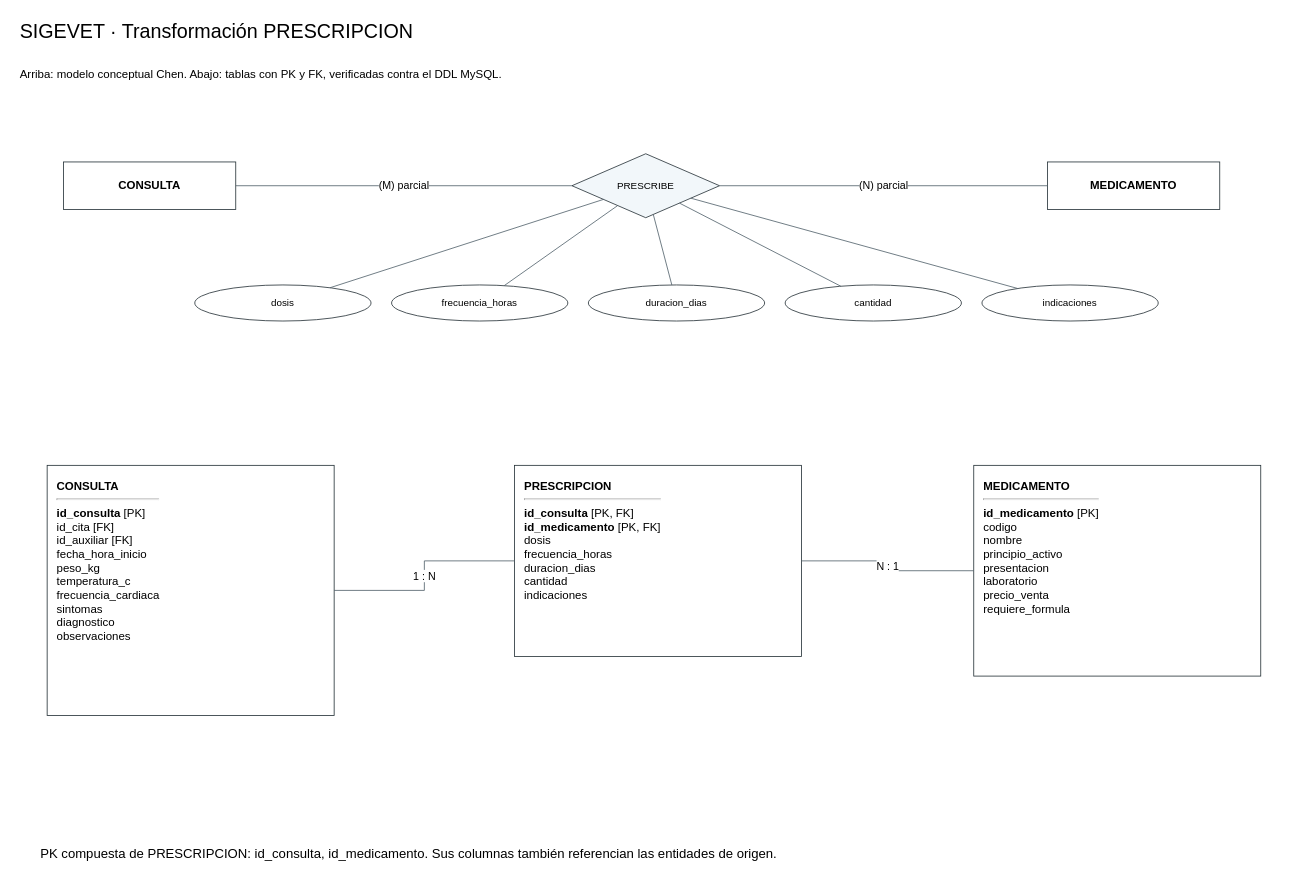
The draw.io diagram documentos/fase1/diagramas_drawio/06_Transformacion_NM_PRESCRIPCION.drawio in Estarlan/proyecto-bd1-sigevet, before the edit. Source tidied: cells renumbered, new cells numbered last; positions are measured from the earlier drawing's top-left corner, leaving out a move shared by most shapes. Both pictures are drawn from the tidied source at 82%, with x=0, y=0 at pixel (18, 14).
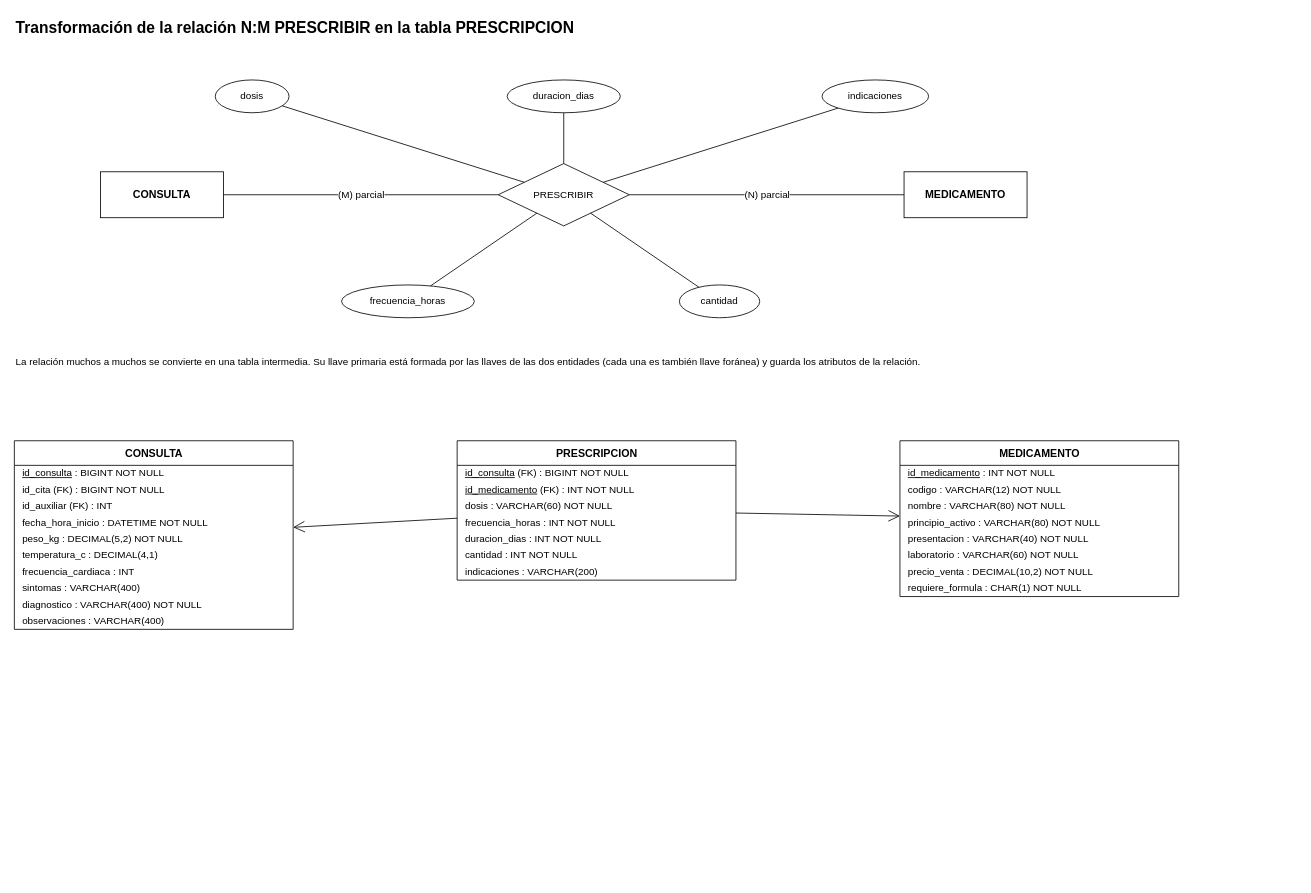
The same page after the edit.

Change to the diagram source:
```diff
@@
-<mxGraphModel background="#ffffff">
+<mxGraphModel>
@@
-    <mxCell id="2" value="SIGEVET · Transformación PRESCRIPCION" style="html=1;whiteSpace=wrap;fontFamily=Arial;fontSize=14;strokeColor=#263238;fillColor=#ffffff;text;strokeColor=none;fillColor=none;align=left;verticalAlign=middle;fontSize=24;" parent="1" vertex="1">
-      <mxGeometry width="1560" height="42" as="geometry" />
-    </mxCell>
-    <mxCell id="3" value="Arriba: modelo conceptual Chen. Abajo: tablas con PK y FK, verificadas contra el DDL MySQL." style="html=1;whiteSpace=wrap;fontFamily=Arial;fontSize=14;strokeColor=#263238;fillColor=#ffffff;text;strokeColor=none;fillColor=none;align=left;verticalAlign=middle;fontSize=14;" parent="1" vertex="1">
-      <mxGeometry y="45" width="1560" height="55" as="geometry" />
+    <mxCell id="3" value="Transformación de la relación N:M PRESCRIBIR en la tabla PRESCRIPCION" style="text;html=1;align=left;verticalAlign=middle;fillColor=none;strokeColor=none;fontSize=19;fontStyle=1;" parent="1" vertex="1">
+      <mxGeometry x="-5" width="1420" height="34" as="geometry" />
     </mxCell>
-    <mxCell id="4" value="CONSULTA" style="html=1;whiteSpace=wrap;fontFamily=Arial;fontSize=14;strokeColor=#263238;fillColor=#ffffff;rounded=0;fontStyle=1;" parent="1" vertex="1">
-      <mxGeometry x="55" y="180" width="210" height="58" as="geometry" />
+    <mxCell id="4" value="CONSULTA" style="rounded=0;whiteSpace=wrap;html=1;fillColor=none;fontSize=13;fontStyle=1;" parent="1" vertex="1">
+      <mxGeometry x="100" y="192" width="150" height="56" as="geometry" />
     </mxCell>
-    <mxCell id="5" value="MEDICAMENTO" style="html=1;whiteSpace=wrap;fontFamily=Arial;fontSize=14;strokeColor=#263238;fillColor=#ffffff;rounded=0;fontStyle=1;" parent="1" vertex="1">
-      <mxGeometry x="1255" y="180" width="210" height="58" as="geometry" />
+    <mxCell id="5" value="MEDICAMENTO" style="rounded=0;whiteSpace=wrap;html=1;fillColor=none;fontSize=13;fontStyle=1;" parent="1" vertex="1">
+      <mxGeometry x="1080" y="192" width="150" height="56" as="geometry" />
     </mxCell>
-    <mxCell id="6" value="PRESCRIBE" style="html=1;whiteSpace=wrap;fontFamily=Arial;fontSize=14;strokeColor=#263238;fillColor=#ffffff;rhombus;fontSize=12;fillColor=#f2f7fa;" parent="1" vertex="1">
-      <mxGeometry x="675" y="170" width="180" height="78" as="geometry" />
+    <mxCell id="6" value="PRESCRIBIR" style="rhombus;whiteSpace=wrap;html=1;fillColor=none;fontSize=12;" parent="1" vertex="1">
+      <mxGeometry x="585" y="182" width="160" height="76" as="geometry" />
     </mxCell>
-    <mxCell id="7" value="(M) parcial" style="html=1;endArrow=none;startArrow=none;fontFamily=Arial;fontSize=13;labelBackgroundColor=#ffffff;strokeColor=#52616b;rounded=0;jumpStyle=arc;" parent="1" edge="1" source="4" target="6">
+    <mxCell id="7" value="(M) parcial" style="html=1;endArrow=none;fontSize=12;labelBackgroundColor=default;" parent="1" edge="1" source="4" target="6">
       <mxGeometry relative="1" as="geometry" />
     </mxCell>
-    <mxCell id="8" value="(N) parcial" style="html=1;endArrow=none;startArrow=none;fontFamily=Arial;fontSize=13;labelBackgroundColor=#ffffff;strokeColor=#52616b;rounded=0;jumpStyle=arc;" parent="1" edge="1" source="6" target="5">
+    <mxCell id="8" value="(N) parcial" style="html=1;endArrow=none;fontSize=12;labelBackgroundColor=default;" parent="1" edge="1" source="6" target="5">
       <mxGeometry relative="1" as="geometry" />
     </mxCell>
-    <mxCell id="9" value="dosis" style="html=1;whiteSpace=wrap;fontFamily=Arial;fontSize=14;strokeColor=#263238;fillColor=#ffffff;ellipse;fontSize=12;" parent="1" vertex="1">
-      <mxGeometry x="215" y="330" width="215" height="44" as="geometry" />
+    <mxCell id="9" value="dosis" style="ellipse;whiteSpace=wrap;html=1;fillColor=none;fontSize=12;" parent="1" vertex="1">
+      <mxGeometry x="240" y="80" width="90" height="40" as="geometry" />
     </mxCell>
-    <mxCell id="10" style="html=1;endArrow=none;startArrow=none;fontFamily=Arial;fontSize=13;labelBackgroundColor=#ffffff;strokeColor=#52616b;rounded=0;jumpStyle=arc;" parent="1" edge="1" source="6" target="9">
+    <mxCell id="10" style="html=1;endArrow=none;fontSize=12;labelBackgroundColor=default;" parent="1" edge="1" source="6" target="9">
       <mxGeometry relative="1" as="geometry" />
     </mxCell>
-    <mxCell id="11" value="frecuencia_horas" style="html=1;whiteSpace=wrap;fontFamily=Arial;fontSize=14;strokeColor=#263238;fillColor=#ffffff;ellipse;fontSize=12;" parent="1" vertex="1">
-      <mxGeometry x="455" y="330" width="215" height="44" as="geometry" />
+    <mxCell id="11" value="frecuencia_horas" style="ellipse;whiteSpace=wrap;html=1;fillColor=none;fontSize=12;" parent="1" vertex="1">
+      <mxGeometry x="394" y="330" width="162" height="40" as="geometry" />
     </mxCell>
-    <mxCell id="12" style="html=1;endArrow=none;startArrow=none;fontFamily=Arial;fontSize=13;labelBackgroundColor=#ffffff;strokeColor=#52616b;rounded=0;jumpStyle=arc;" parent="1" edge="1" source="6" target="11">
+    <mxCell id="12" style="html=1;endArrow=none;fontSize=12;labelBackgroundColor=default;" parent="1" edge="1" source="6" target="11">
       <mxGeometry relative="1" as="geometry" />
     </mxCell>
-    <mxCell id="13" value="duracion_dias" style="html=1;whiteSpace=wrap;fontFamily=Arial;fontSize=14;strokeColor=#263238;fillColor=#ffffff;ellipse;fontSize=12;" parent="1" vertex="1">
-      <mxGeometry x="695" y="330" width="215" height="44" as="geometry" />
+    <mxCell id="13" value="duracion_dias" style="ellipse;whiteSpace=wrap;html=1;fillColor=none;fontSize=12;" parent="1" vertex="1">
+      <mxGeometry x="596" y="80" width="138" height="40" as="geometry" />
     </mxCell>
-    <mxCell id="14" style="html=1;endArrow=none;startArrow=none;fontFamily=Arial;fontSize=13;labelBackgroundColor=#ffffff;strokeColor=#52616b;rounded=0;jumpStyle=arc;" parent="1" edge="1" source="6" target="13">
+    <mxCell id="14" style="html=1;endArrow=none;fontSize=12;labelBackgroundColor=default;" parent="1" edge="1" source="6" target="13">
       <mxGeometry relative="1" as="geometry" />
     </mxCell>
-    <mxCell id="15" value="cantidad" style="html=1;whiteSpace=wrap;fontFamily=Arial;fontSize=14;strokeColor=#263238;fillColor=#ffffff;ellipse;fontSize=12;" parent="1" vertex="1">
-      <mxGeometry x="935" y="330" width="215" height="44" as="geometry" />
+    <mxCell id="15" value="cantidad" style="ellipse;whiteSpace=wrap;html=1;fillColor=none;fontSize=12;" parent="1" vertex="1">
+      <mxGeometry x="806" y="330" width="98" height="40" as="geometry" />
     </mxCell>
-    <mxCell id="16" style="html=1;endArrow=none;startArrow=none;fontFamily=Arial;fontSize=13;labelBackgroundColor=#ffffff;strokeColor=#52616b;rounded=0;jumpStyle=arc;" parent="1" edge="1" source="6" target="15">
+    <mxCell id="16" style="html=1;endArrow=none;fontSize=12;labelBackgroundColor=default;" parent="1" edge="1" source="6" target="15">
       <mxGeometry relative="1" as="geometry" />
     </mxCell>
-    <mxCell id="17" value="indicaciones" style="html=1;whiteSpace=wrap;fontFamily=Arial;fontSize=14;strokeColor=#263238;fillColor=#ffffff;ellipse;fontSize=12;" parent="1" vertex="1">
-      <mxGeometry x="1175" y="330" width="215" height="44" as="geometry" />
+    <mxCell id="17" value="indicaciones" style="ellipse;whiteSpace=wrap;html=1;fillColor=none;fontSize=12;" parent="1" vertex="1">
+      <mxGeometry x="980" y="80" width="130" height="40" as="geometry" />
     </mxCell>
-    <mxCell id="18" style="html=1;endArrow=none;startArrow=none;fontFamily=Arial;fontSize=13;labelBackgroundColor=#ffffff;strokeColor=#52616b;rounded=0;jumpStyle=arc;" parent="1" edge="1" source="6" target="17">
+    <mxCell id="18" style="html=1;endArrow=none;fontSize=12;labelBackgroundColor=default;" parent="1" edge="1" source="6" target="17">
       <mxGeometry relative="1" as="geometry" />
     </mxCell>
-    <mxCell id="19" value="&lt;b&gt;CONSULTA&lt;/b&gt;&lt;hr&gt;&lt;b&gt;id_consulta&lt;/b&gt; [PK]&lt;br&gt;id_cita [FK]&lt;br&gt;id_auxiliar [FK]&lt;br&gt;fecha_hora_inicio&lt;br&gt;peso_kg&lt;br&gt;temperatura_c&lt;br&gt;frecuencia_cardiaca&lt;br&gt;sintomas&lt;br&gt;diagnostico&lt;br&gt;observaciones" style="html=1;whiteSpace=wrap;fontFamily=Arial;fontSize=14;strokeColor=#263238;fillColor=#ffffff;align=left;verticalAlign=top;spacing=12;" parent="1" vertex="1">
-      <mxGeometry x="35" y="550" width="350" height="305" as="geometry" />
+    <mxCell id="19" value="La relación muchos a muchos se convierte en una tabla intermedia. Su llave primaria está formada por las llaves de las dos entidades (cada una es también llave foránea) y guarda los atributos de la relación." style="text;html=1;align=left;verticalAlign=top;whiteSpace=wrap;fillColor=none;strokeColor=none;fontSize=12;" parent="1" vertex="1">
+      <mxGeometry x="-5" y="410" width="1400" height="50" as="geometry" />
     </mxCell>
-    <mxCell id="20" value="&lt;b&gt;MEDICAMENTO&lt;/b&gt;&lt;hr&gt;&lt;b&gt;id_medicamento&lt;/b&gt; [PK]&lt;br&gt;codigo&lt;br&gt;nombre&lt;br&gt;principio_activo&lt;br&gt;presentacion&lt;br&gt;laboratorio&lt;br&gt;precio_venta&lt;br&gt;requiere_formula" style="html=1;whiteSpace=wrap;fontFamily=Arial;fontSize=14;strokeColor=#263238;fillColor=#ffffff;align=left;verticalAlign=top;spacing=12;" parent="1" vertex="1">
-      <mxGeometry x="1165" y="550" width="350" height="257" as="geometry" />
+    <mxCell id="20" value="CONSULTA" style="swimlane;fontStyle=1;horizontal=1;startSize=30;html=1;fillColor=none;swimlaneFillColor=none;fontSize=13;" parent="1" vertex="1">
+      <mxGeometry x="-5" y="520" width="340" height="230" as="geometry" />
     </mxCell>
-    <mxCell id="21" value="&lt;b&gt;PRESCRIPCION&lt;/b&gt;&lt;hr&gt;&lt;b&gt;id_consulta&lt;/b&gt; [PK, FK]&lt;br&gt;&lt;b&gt;id_medicamento&lt;/b&gt; [PK, FK]&lt;br&gt;dosis&lt;br&gt;frecuencia_horas&lt;br&gt;duracion_dias&lt;br&gt;cantidad&lt;br&gt;indicaciones" style="html=1;whiteSpace=wrap;fontFamily=Arial;fontSize=14;strokeColor=#263238;fillColor=#ffffff;align=left;verticalAlign=top;spacing=12;" parent="1" vertex="1">
-      <mxGeometry x="605" y="550" width="350" height="233" as="geometry" />
+    <mxCell id="21" value="&lt;u&gt;id_consulta&lt;/u&gt; : BIGINT NOT NULL" style="text;html=1;fillColor=none;strokeColor=none;align=left;verticalAlign=middle;spacingLeft=8;fontSize=12;" parent="20" vertex="1">
+      <mxGeometry y="30" width="340" height="20" as="geometry" />
     </mxCell>
-    <mxCell id="22" value="1 : N" style="html=1;endArrow=none;startArrow=none;fontFamily=Arial;fontSize=13;labelBackgroundColor=#ffffff;strokeColor=#52616b;rounded=0;jumpStyle=arc;edgeStyle=orthogonalEdgeStyle;" parent="1" edge="1" source="19" target="21">
-      <mxGeometry relative="1" as="geometry" />
+    <mxCell id="22" value="id_cita (FK) : BIGINT NOT NULL" style="text;html=1;fillColor=none;strokeColor=none;align=left;verticalAlign=middle;spacingLeft=8;fontSize=12;" parent="20" vertex="1">
+      <mxGeometry y="50" width="340" height="20" as="geometry" />
     </mxCell>
-    <mxCell id="23" value="N : 1" style="html=1;endArrow=none;startArrow=none;fontFamily=Arial;fontSize=13;labelBackgroundColor=#ffffff;strokeColor=#52616b;rounded=0;jumpStyle=arc;edgeStyle=orthogonalEdgeStyle;" parent="1" edge="1" source="21" target="20">
-      <mxGeometry relative="1" as="geometry" />
+    <mxCell id="23" value="id_auxiliar (FK) : INT" style="text;html=1;fillColor=none;strokeColor=none;align=left;verticalAlign=middle;spacingLeft=8;fontSize=12;" parent="20" vertex="1">
+      <mxGeometry y="70" width="340" height="20" as="geometry" />
     </mxCell>
-    <mxCell id="24" value="PK compuesta de PRESCRIPCION: id_consulta, id_medicamento. Sus columnas también referencian las entidades de origen." style="html=1;whiteSpace=wrap;fontFamily=Arial;fontSize=14;strokeColor=#263238;fillColor=#ffffff;text;strokeColor=none;fillColor=none;align=left;verticalAlign=middle;fontSize=16;" parent="1" vertex="1">
-      <mxGeometry x="25" y="990" width="1500" height="65" as="geometry" />
+    <mxCell id="24" value="fecha_hora_inicio : DATETIME NOT NULL" style="text;html=1;fillColor=none;strokeColor=none;align=left;verticalAlign=middle;spacingLeft=8;fontSize=12;" parent="20" vertex="1">
+      <mxGeometry y="90" width="340" height="20" as="geometry" />
     </mxCell>
+    <mxCell id="25" value="peso_kg : DECIMAL(5,2) NOT NULL" style="text;html=1;fillColor=none;strokeColor=none;align=left;verticalAlign=middle;spacingLeft=8;fontSize=12;" parent="20" vertex="1">
+      <mxGeometry y="110" width="340" height="20" as="geometry" />
+    </mxCell>
+    <mxCell id="26" value="temperatura_c : DECIMAL(4,1)" style="text;html=1;fillColor=none;strokeColor=none;align=left;verticalAlign=middle;spacingLeft=8;fontSize=12;" parent="20" vertex="1">
+      <mxGeometry y="130" width="340" height="20" as="geometry" />
+    </mxCell>
+    <mxCell id="27" value="frecuencia_cardiaca : INT" style="text;html=1;fillColor=none;strokeColor=none;align=left;verticalAlign=middle;spacingLeft=8;fontSize=12;" parent="20" vertex="1">
+      <mxGeometry y="150" width="340" height="20" as="geometry" />
+    </mxCell>
+    <mxCell id="28" value="sintomas : VARCHAR(400)" style="text;html=1;fillColor=none;strokeColor=none;align=left;verticalAlign=middle;spacingLeft=8;fontSize=12;" parent="20" vertex="1">
+      <mxGeometry y="170" width="340" height="20" as="geometry" />
+    </mxCell>
+    <mxCell id="29" value="diagnostico : VARCHAR(400) NOT NULL" style="text;html=1;fillColor=none;strokeColor=none;align=left;verticalAlign=middle;spacingLeft=8;fontSize=12;" parent="20" vertex="1">
+      <mxGeometry y="190" width="340" height="20" as="geometry" />
+    </mxCell>
+    <mxCell id="30" value="observaciones : VARCHAR(400)" style="text;html=1;fillColor=none;strokeColor=none;align=left;verticalAlign=middle;spacingLeft=8;fontSize=12;" parent="20" vertex="1">
+      <mxGeometry y="210" width="340" height="20" as="geometry" />
+    </mxCell>
+    <mxCell id="31" value="PRESCRIPCION" style="swimlane;fontStyle=1;horizontal=1;startSize=30;html=1;fillColor=none;swimlaneFillColor=none;fontSize=13;" parent="1" vertex="1">
+      <mxGeometry x="535" y="520" width="340" height="170" as="geometry" />
+    </mxCell>
+    <mxCell id="32" value="&lt;u&gt;id_consulta&lt;/u&gt; (FK) : BIGINT NOT NULL" style="text;html=1;fillColor=none;strokeColor=none;align=left;verticalAlign=middle;spacingLeft=8;fontSize=12;" parent="31" vertex="1">
+      <mxGeometry y="30" width="340" height="20" as="geometry" />
+    </mxCell>
+    <mxCell id="33" value="&lt;u&gt;id_medicamento&lt;/u&gt; (FK) : INT NOT NULL" style="text;html=1;fillColor=none;strokeColor=none;align=left;verticalAlign=middle;spacingLeft=8;fontSize=12;" parent="31" vertex="1">
+      <mxGeometry y="50" width="340" height="20" as="geometry" />
+    </mxCell>
+    <mxCell id="34" value="dosis : VARCHAR(60) NOT NULL" style="text;html=1;fillColor=none;strokeColor=none;align=left;verticalAlign=middle;spacingLeft=8;fontSize=12;" parent="31" vertex="1">
+      <mxGeometry y="70" width="340" height="20" as="geometry" />
+    </mxCell>
+    <mxCell id="35" value="frecuencia_horas : INT NOT NULL" style="text;html=1;fillColor=none;strokeColor=none;align=left;verticalAlign=middle;spacingLeft=8;fontSize=12;" parent="31" vertex="1">
+      <mxGeometry y="90" width="340" height="20" as="geometry" />
+    </mxCell>
+    <mxCell id="36" value="duracion_dias : INT NOT NULL" style="text;html=1;fillColor=none;strokeColor=none;align=left;verticalAlign=middle;spacingLeft=8;fontSize=12;" parent="31" vertex="1">
+      <mxGeometry y="110" width="340" height="20" as="geometry" />
+    </mxCell>
+    <mxCell id="37" value="cantidad : INT NOT NULL" style="text;html=1;fillColor=none;strokeColor=none;align=left;verticalAlign=middle;spacingLeft=8;fontSize=12;" parent="31" vertex="1">
+      <mxGeometry y="130" width="340" height="20" as="geometry" />
+    </mxCell>
+    <mxCell id="38" value="indicaciones : VARCHAR(200)" style="text;html=1;fillColor=none;strokeColor=none;align=left;verticalAlign=middle;spacingLeft=8;fontSize=12;" parent="31" vertex="1">
+      <mxGeometry y="150" width="340" height="20" as="geometry" />
+    </mxCell>
+    <mxCell id="39" value="MEDICAMENTO" style="swimlane;fontStyle=1;horizontal=1;startSize=30;html=1;fillColor=none;swimlaneFillColor=none;fontSize=13;" parent="1" vertex="1">
+      <mxGeometry x="1075" y="520" width="340" height="190" as="geometry" />
+    </mxCell>
+    <mxCell id="40" value="&lt;u&gt;id_medicamento&lt;/u&gt; : INT NOT NULL" style="text;html=1;fillColor=none;strokeColor=none;align=left;verticalAlign=middle;spacingLeft=8;fontSize=12;" parent="39" vertex="1">
+      <mxGeometry y="30" width="340" height="20" as="geometry" />
+    </mxCell>
+    <mxCell id="41" value="codigo : VARCHAR(12) NOT NULL" style="text;html=1;fillColor=none;strokeColor=none;align=left;verticalAlign=middle;spacingLeft=8;fontSize=12;" parent="39" vertex="1">
+      <mxGeometry y="50" width="340" height="20" as="geometry" />
+    </mxCell>
+    <mxCell id="42" value="nombre : VARCHAR(80) NOT NULL" style="text;html=1;fillColor=none;strokeColor=none;align=left;verticalAlign=middle;spacingLeft=8;fontSize=12;" parent="39" vertex="1">
+      <mxGeometry y="70" width="340" height="20" as="geometry" />
+    </mxCell>
+    <mxCell id="43" value="principio_activo : VARCHAR(80) NOT NULL" style="text;html=1;fillColor=none;strokeColor=none;align=left;verticalAlign=middle;spacingLeft=8;fontSize=12;" parent="39" vertex="1">
+      <mxGeometry y="90" width="340" height="20" as="geometry" />
+    </mxCell>
+    <mxCell id="44" value="presentacion : VARCHAR(40) NOT NULL" style="text;html=1;fillColor=none;strokeColor=none;align=left;verticalAlign=middle;spacingLeft=8;fontSize=12;" parent="39" vertex="1">
+      <mxGeometry y="110" width="340" height="20" as="geometry" />
+    </mxCell>
+    <mxCell id="45" value="laboratorio : VARCHAR(60) NOT NULL" style="text;html=1;fillColor=none;strokeColor=none;align=left;verticalAlign=middle;spacingLeft=8;fontSize=12;" parent="39" vertex="1">
+      <mxGeometry y="130" width="340" height="20" as="geometry" />
+    </mxCell>
+    <mxCell id="46" value="precio_venta : DECIMAL(10,2) NOT NULL" style="text;html=1;fillColor=none;strokeColor=none;align=left;verticalAlign=middle;spacingLeft=8;fontSize=12;" parent="39" vertex="1">
+      <mxGeometry y="150" width="340" height="20" as="geometry" />
+    </mxCell>
+    <mxCell id="47" value="requiere_formula : CHAR(1) NOT NULL" style="text;html=1;fillColor=none;strokeColor=none;align=left;verticalAlign=middle;spacingLeft=8;fontSize=12;" parent="39" vertex="1">
+      <mxGeometry y="170" width="340" height="20" as="geometry" />
+    </mxCell>
+    <mxCell id="48" style="html=1;endArrow=none;fontSize=12;labelBackgroundColor=default;endArrow=open;endFill=0;endSize=12;fontSize=11;" parent="1" edge="1" source="31" target="20">
+      <mxGeometry relative="1" as="geometry" />
+    </mxCell>
+    <mxCell id="49" style="html=1;endArrow=none;fontSize=12;labelBackgroundColor=default;endArrow=open;endFill=0;endSize=12;fontSize=11;" parent="1" edge="1" source="31" target="39">
+      <mxGeometry relative="1" as="geometry" />
+    </mxCell>
```
